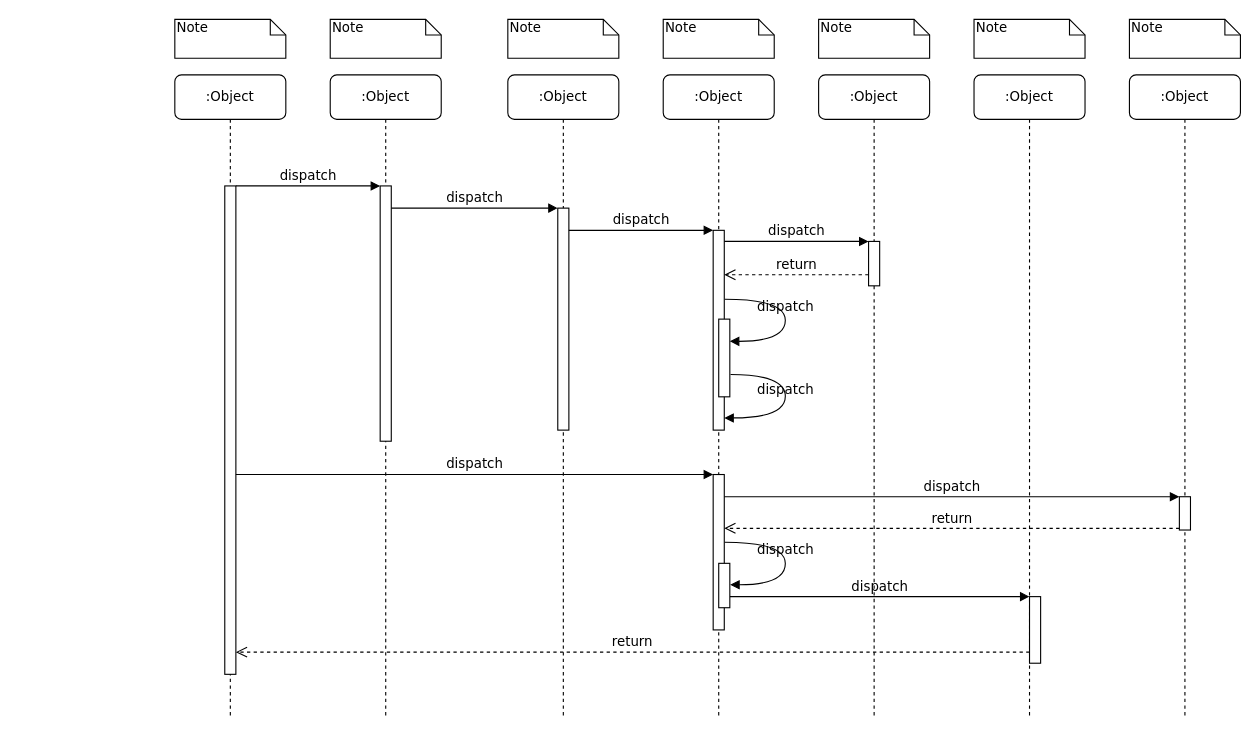
The draw.io diagram 毕业设计CQUPT/登录时序图.drawio in myjdml/drowio, before the edit. Source tidied: cells renumbered, new cells numbered last; positions are measured from the earlier drawing's top-left corner, leaving out a move shared by most shapes. Both pictures are drawn from the tidied source at 111%, with x=0, y=0 at pixel (174, 19).
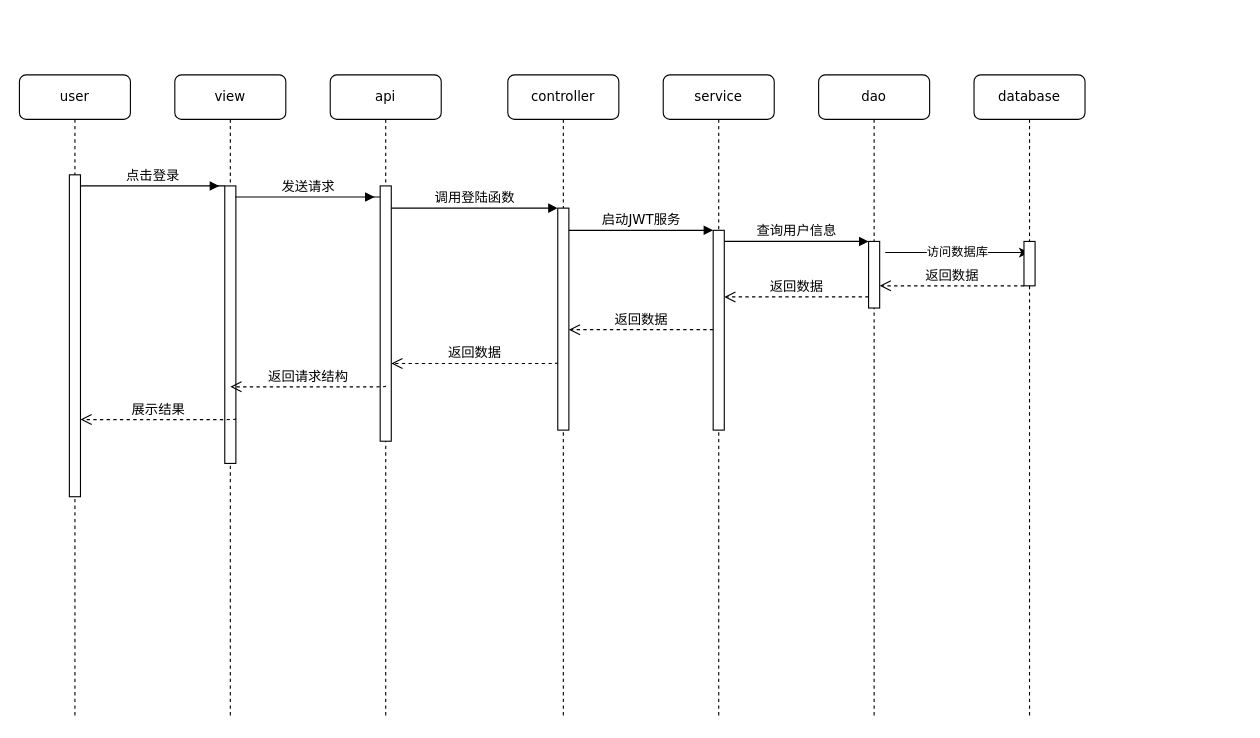
Above is the later version.

Commit message:
更新登录时序图.drawio

The change refers to these unchanged cells:
```xml
<mxCell id="3" style="html=1;points=[];perimeter=orthogonalPerimeter;rounded=0;shadow=0;comic=0;labelBackgroundColor=none;strokeWidth=1;fontFamily=Verdana;fontSize=12;align=center;" parent="2" vertex="1">
  <mxGeometry x="45" y="100" width="10" height="230" as="geometry" />
</mxCell>
<mxCell id="5" style="html=1;points=[];perimeter=orthogonalPerimeter;rounded=0;shadow=0;comic=0;labelBackgroundColor=none;strokeWidth=1;fontFamily=Verdana;fontSize=12;align=center;" parent="4" vertex="1">
  <mxGeometry x="45" y="120" width="10" height="200" as="geometry" />
</mxCell>
<mxCell id="12" style="html=1;points=[];perimeter=orthogonalPerimeter;rounded=0;shadow=0;comic=0;labelBackgroundColor=none;strokeWidth=1;fontFamily=Verdana;fontSize=12;align=center;" parent="1" vertex="1">
  <mxGeometry x="485" y="190" width="10" height="180" as="geometry" />
</mxCell>
```

Diff of the diagram source:
```diff
@@
-    <mxCell id="2" value=":Object" style="shape=umlLifeline;perimeter=lifelinePerimeter;whiteSpace=wrap;html=1;rounded=1;shadow=0;comic=0;labelBackgroundColor=none;strokeWidth=1;fontFamily=Verdana;fontSize=12;align=center;" parent="1" vertex="1">
+    <mxCell id="2" value="api" style="shape=umlLifeline;perimeter=lifelinePerimeter;whiteSpace=wrap;html=1;rounded=1;shadow=0;comic=0;labelBackgroundColor=none;strokeWidth=1;fontFamily=Verdana;fontSize=12;align=center;" parent="1" vertex="1">
       <mxGeometry x="140" y="50" width="100" height="580" as="geometry" />
     </mxCell>
@@
+    <mxCell id="39" value="返回数据" style="html=1;verticalAlign=bottom;endArrow=open;dashed=1;endSize=8;labelBackgroundColor=none;fontFamily=Verdana;fontSize=12;edgeStyle=elbowEdgeStyle;elbow=vertical;exitX=0;exitY=0.695;exitDx=0;exitDy=0;exitPerimeter=0;" parent="2" edge="1" source="5">
+      <mxGeometry relative="1" as="geometry">
+        <mxPoint x="55" y="260" as="targetPoint" />
+        <Array as="points">
+          <mxPoint x="160" y="260" />
+        </Array>
+      </mxGeometry>
+    </mxCell>
-    <mxCell id="4" value=":Object" style="shape=umlLifeline;perimeter=lifelinePerimeter;whiteSpace=wrap;html=1;rounded=1;shadow=0;comic=0;labelBackgroundColor=none;strokeWidth=1;fontFamily=Verdana;fontSize=12;align=center;" parent="1" vertex="1">
+    <mxCell id="4" value="controller" style="shape=umlLifeline;perimeter=lifelinePerimeter;whiteSpace=wrap;html=1;rounded=1;shadow=0;comic=0;labelBackgroundColor=none;strokeWidth=1;fontFamily=Verdana;fontSize=12;align=center;" parent="1" vertex="1">
       <mxGeometry x="300" y="50" width="100" height="580" as="geometry" />
     </mxCell>
@@
+    <mxCell id="40" value="返回数据" style="html=1;verticalAlign=bottom;endArrow=open;dashed=1;endSize=8;labelBackgroundColor=none;fontFamily=Verdana;fontSize=12;edgeStyle=elbowEdgeStyle;elbow=vertical;" parent="4" edge="1">
+      <mxGeometry relative="1" as="geometry">
+        <mxPoint x="185" y="229.5" as="sourcePoint" />
+        <mxPoint x="55" y="229.5" as="targetPoint" />
+        <Array as="points">
+          <mxPoint x="160" y="229.5" />
+        </Array>
+      </mxGeometry>
+    </mxCell>
-    <mxCell id="6" value=":Object" style="shape=umlLifeline;perimeter=lifelinePerimeter;whiteSpace=wrap;html=1;rounded=1;shadow=0;comic=0;labelBackgroundColor=none;strokeWidth=1;fontFamily=Verdana;fontSize=12;align=center;" parent="1" vertex="1">
+    <mxCell id="6" value="service" style="shape=umlLifeline;perimeter=lifelinePerimeter;whiteSpace=wrap;html=1;rounded=1;shadow=0;comic=0;labelBackgroundColor=none;strokeWidth=1;fontFamily=Verdana;fontSize=12;align=center;" parent="1" vertex="1">
       <mxGeometry x="440" y="50" width="100" height="580" as="geometry" />
     </mxCell>
+    <mxCell id="41" value="返回数据" style="html=1;verticalAlign=bottom;endArrow=open;dashed=1;endSize=8;labelBackgroundColor=none;fontFamily=Verdana;fontSize=12;edgeStyle=elbowEdgeStyle;elbow=vertical;" parent="6" edge="1">
+      <mxGeometry relative="1" as="geometry">
+        <mxPoint x="185" y="200" as="sourcePoint" />
+        <mxPoint x="55" y="200" as="targetPoint" />
+        <Array as="points">
+          <mxPoint x="160" y="200" />
+        </Array>
+      </mxGeometry>
+    </mxCell>
-    <mxCell id="7" value=":Object" style="shape=umlLifeline;perimeter=lifelinePerimeter;whiteSpace=wrap;html=1;rounded=1;shadow=0;comic=0;labelBackgroundColor=none;strokeWidth=1;fontFamily=Verdana;fontSize=12;align=center;" parent="1" vertex="1">
+    <mxCell id="7" value="dao" style="shape=umlLifeline;perimeter=lifelinePerimeter;whiteSpace=wrap;html=1;rounded=1;shadow=0;comic=0;labelBackgroundColor=none;strokeWidth=1;fontFamily=Verdana;fontSize=12;align=center;" parent="1" vertex="1">
       <mxGeometry x="580" y="50" width="100" height="580" as="geometry" />
     </mxCell>
+    <mxCell id="42" value="访问数据库" style="endArrow=classic;html=1;rounded=0;" parent="7" edge="1" target="8">
+      <mxGeometry relative="1" as="geometry">
+        <mxPoint x="60" y="160" as="sourcePoint" />
+      </mxGeometry>
+    </mxCell>
+    <mxCell id="43" value="返回数据" style="html=1;verticalAlign=bottom;endArrow=open;dashed=1;endSize=8;labelBackgroundColor=none;fontFamily=Verdana;fontSize=12;edgeStyle=elbowEdgeStyle;elbow=vertical;" parent="7" edge="1">
+      <mxGeometry relative="1" as="geometry">
+        <mxPoint x="185" y="190" as="sourcePoint" />
+        <mxPoint x="55" y="190" as="targetPoint" />
+        <Array as="points">
+          <mxPoint x="160" y="190" />
+        </Array>
+      </mxGeometry>
+    </mxCell>
-    <mxCell id="8" value=":Object" style="shape=umlLifeline;perimeter=lifelinePerimeter;whiteSpace=wrap;html=1;outlineConnect=0;rounded=1;shadow=0;comic=0;labelBackgroundColor=none;strokeWidth=1;fontFamily=Verdana;fontSize=12;align=center;" parent="1" vertex="1">
+    <mxCell id="8" value="database" style="shape=umlLifeline;perimeter=lifelinePerimeter;whiteSpace=wrap;html=1;outlineConnect=0;rounded=1;shadow=0;comic=0;labelBackgroundColor=none;strokeWidth=1;fontFamily=Verdana;fontSize=12;align=center;" parent="1" vertex="1">
       <mxGeometry x="720" y="50" width="100" height="580" as="geometry" />
     </mxCell>
-    <mxCell id="9" value=":Object" style="shape=umlLifeline;perimeter=lifelinePerimeter;whiteSpace=wrap;html=1;rounded=1;shadow=0;comic=0;labelBackgroundColor=none;strokeWidth=1;fontFamily=Verdana;fontSize=12;align=center;" parent="1" vertex="1">
-      <mxGeometry x="860" y="50" width="100" height="580" as="geometry" />
-    </mxCell>
+    <mxCell id="44" style="html=1;perimeter=orthogonalPerimeter;targetShapes=umlLifeline;newEdgeStyle={&quot;edgeStyle&quot;:&quot;elbowEdgeStyle&quot;,&quot;elbow&quot;:&quot;vertical&quot;,&quot;curved&quot;:0,&quot;rounded&quot;:0};" parent="8" vertex="1">
+      <mxGeometry x="45" y="150" width="10" height="40" as="geometry" />
+    </mxCell>
-    <mxCell id="10" value=":Object" style="shape=umlLifeline;perimeter=lifelinePerimeter;whiteSpace=wrap;html=1;rounded=1;shadow=0;comic=0;labelBackgroundColor=none;strokeWidth=1;fontFamily=Verdana;fontSize=12;align=center;" parent="1" vertex="1">
+    <mxCell id="10" value="view" style="shape=umlLifeline;perimeter=lifelinePerimeter;whiteSpace=wrap;html=1;rounded=1;shadow=0;comic=0;labelBackgroundColor=none;strokeWidth=1;fontFamily=Verdana;fontSize=12;align=center;" parent="1" vertex="1">
       <mxGeometry y="50" width="100" height="580" as="geometry" />
     </mxCell>
     <mxCell id="11" style="html=1;points=[];perimeter=orthogonalPerimeter;rounded=0;shadow=0;comic=0;labelBackgroundColor=none;strokeWidth=1;fontFamily=Verdana;fontSize=12;align=center;" parent="10" vertex="1">
-      <mxGeometry x="45" y="100" width="10" height="440" as="geometry" />
+      <mxGeometry x="45" y="100" width="10" height="250" as="geometry" />
     </mxCell>
+    <mxCell id="45" value="发送请求" style="html=1;verticalAlign=bottom;endArrow=block;labelBackgroundColor=none;fontFamily=Verdana;fontSize=12;edgeStyle=elbowEdgeStyle;elbow=vertical;" parent="10" edge="1">
+      <mxGeometry x="0.55" relative="1" as="geometry">
+        <mxPoint x="185" y="110" as="sourcePoint" />
+        <mxPoint x="180" y="110" as="targetPoint" />
+        <Array as="points">
+          <mxPoint x="50" y="110" />
+        </Array>
+      </mxGeometry>
+    </mxCell>
+    <mxCell id="46" value="返回请求结构" style="html=1;verticalAlign=bottom;endArrow=open;dashed=1;endSize=8;labelBackgroundColor=none;fontFamily=Verdana;fontSize=12;edgeStyle=elbowEdgeStyle;elbow=vertical;exitX=0;exitY=0.695;exitDx=0;exitDy=0;exitPerimeter=0;" parent="10" edge="1">
+      <mxGeometry relative="1" as="geometry">
+        <mxPoint x="190" y="280" as="sourcePoint" />
+        <mxPoint x="50" y="281" as="targetPoint" />
+        <Array as="points">
+          <mxPoint x="145" y="281" />
+        </Array>
+      </mxGeometry>
+    </mxCell>
@@
-    <mxCell id="13" value="dispatch" style="html=1;verticalAlign=bottom;endArrow=block;labelBackgroundColor=none;fontFamily=Verdana;fontSize=12;edgeStyle=elbowEdgeStyle;elbow=vertical;" parent="1" edge="1" source="5" target="12">
+    <mxCell id="13" value="启动JWT服务" style="html=1;verticalAlign=bottom;endArrow=block;labelBackgroundColor=none;fontFamily=Verdana;fontSize=12;edgeStyle=elbowEdgeStyle;elbow=vertical;" parent="1" edge="1" source="5" target="12">
       <mxGeometry relative="1" as="geometry">
         <Array as="points">
           <mxPoint x="360" y="190" />
         </Array>
       </mxGeometry>
     </mxCell>
     <mxCell id="14" style="html=1;points=[];perimeter=orthogonalPerimeter;rounded=0;shadow=0;comic=0;labelBackgroundColor=none;strokeWidth=1;fontFamily=Verdana;fontSize=12;align=center;" parent="1" vertex="1">
-      <mxGeometry x="625" y="200" width="10" height="40" as="geometry" />
+      <mxGeometry x="625" y="200" width="10" height="60" as="geometry" />
     </mxCell>
-    <mxCell id="15" value="dispatch" style="html=1;verticalAlign=bottom;endArrow=block;entryX=0;entryY=0;labelBackgroundColor=none;fontFamily=Verdana;fontSize=12;edgeStyle=elbowEdgeStyle;elbow=vertical;" parent="1" edge="1" source="12" target="14">
+    <mxCell id="15" value="查询用户信息" style="html=1;verticalAlign=bottom;endArrow=block;entryX=0;entryY=0;labelBackgroundColor=none;fontFamily=Verdana;fontSize=12;edgeStyle=elbowEdgeStyle;elbow=vertical;" parent="1" edge="1" source="12" target="14">
       <mxGeometry relative="1" as="geometry" />
     </mxCell>
-    <mxCell id="16" value="return" style="html=1;verticalAlign=bottom;endArrow=open;dashed=1;endSize=8;labelBackgroundColor=none;fontFamily=Verdana;fontSize=12;edgeStyle=elbowEdgeStyle;elbow=vertical;" parent="1" edge="1" source="14" target="12">
-      <mxGeometry relative="1" as="geometry">
-        <Array as="points">
-          <mxPoint x="570" y="230" />
-          <mxPoint x="600" y="230" />
-        </Array>
-      </mxGeometry>
-    </mxCell>
-    <mxCell id="17" style="html=1;points=[];perimeter=orthogonalPerimeter;rounded=0;shadow=0;comic=0;labelBackgroundColor=none;strokeWidth=1;fontFamily=Verdana;fontSize=12;align=center;" parent="1" vertex="1">
-      <mxGeometry x="485" y="410" width="10" height="140" as="geometry" />
-    </mxCell>
-    <mxCell id="18" value="dispatch" style="html=1;verticalAlign=bottom;endArrow=block;entryX=0;entryY=0;labelBackgroundColor=none;fontFamily=Verdana;fontSize=12;" parent="1" edge="1" source="11" target="17">
-      <mxGeometry relative="1" as="geometry" />
-    </mxCell>
-    <mxCell id="19" style="html=1;points=[];perimeter=orthogonalPerimeter;rounded=0;shadow=0;comic=0;labelBackgroundColor=none;strokeColor=#000000;strokeWidth=1;fillColor=#FFFFFF;fontFamily=Verdana;fontSize=12;fontColor=#000000;align=center;" parent="1" vertex="1">
-      <mxGeometry x="905" y="430" width="10" height="30" as="geometry" />
-    </mxCell>
-    <mxCell id="20" value="dispatch" style="html=1;verticalAlign=bottom;endArrow=block;entryX=0;entryY=0;labelBackgroundColor=none;fontFamily=Verdana;fontSize=12;" parent="1" edge="1" source="17" target="19">
-      <mxGeometry relative="1" as="geometry" />
-    </mxCell>
-    <mxCell id="21" value="return" style="html=1;verticalAlign=bottom;endArrow=open;dashed=1;endSize=8;exitX=0;exitY=0.95;labelBackgroundColor=none;fontFamily=Verdana;fontSize=12;" parent="1" edge="1" source="19" target="17">
-      <mxGeometry relative="1" as="geometry" />
-    </mxCell>
-    <mxCell id="22" style="html=1;points=[];perimeter=orthogonalPerimeter;rounded=0;shadow=0;comic=0;labelBackgroundColor=none;strokeWidth=1;fontFamily=Verdana;fontSize=12;align=center;" parent="1" vertex="1">
-      <mxGeometry x="770" y="520" width="10" height="60" as="geometry" />
-    </mxCell>
-    <mxCell id="23" value="dispatch" style="html=1;verticalAlign=bottom;endArrow=block;entryX=0;entryY=0;labelBackgroundColor=none;fontFamily=Verdana;fontSize=12;edgeStyle=elbowEdgeStyle;elbow=vertical;" parent="1" edge="1" source="30" target="22">
-      <mxGeometry relative="1" as="geometry" />
-    </mxCell>
-    <mxCell id="24" value="return" style="html=1;verticalAlign=bottom;endArrow=open;dashed=1;endSize=8;labelBackgroundColor=none;fontFamily=Verdana;fontSize=12;edgeStyle=elbowEdgeStyle;elbow=vertical;" parent="1" edge="1" source="22" target="11">
-      <mxGeometry relative="1" as="geometry">
-        <Array as="points">
-          <mxPoint x="470" y="570" />
-        </Array>
-      </mxGeometry>
-    </mxCell>
-    <mxCell id="25" value="dispatch" style="html=1;verticalAlign=bottom;endArrow=block;entryX=0;entryY=0;labelBackgroundColor=none;fontFamily=Verdana;fontSize=12;edgeStyle=elbowEdgeStyle;elbow=vertical;" parent="1" edge="1" source="11" target="3">
-      <mxGeometry relative="1" as="geometry" />
+    <mxCell id="25" value="点击登录" style="html=1;verticalAlign=bottom;endArrow=block;labelBackgroundColor=none;fontFamily=Verdana;fontSize=12;edgeStyle=elbowEdgeStyle;elbow=vertical;" parent="1" edge="1" source="11">
+      <mxGeometry x="0.55" relative="1" as="geometry">
+        <mxPoint x="40" y="150" as="targetPoint" />
+        <Array as="points">
+          <mxPoint x="-90" y="150" />
+        </Array>
+      </mxGeometry>
     </mxCell>
-    <mxCell id="26" value="dispatch" style="html=1;verticalAlign=bottom;endArrow=block;entryX=0;entryY=0;labelBackgroundColor=none;fontFamily=Verdana;fontSize=12;edgeStyle=elbowEdgeStyle;elbow=vertical;" parent="1" edge="1" source="3" target="5">
+    <mxCell id="26" value="调用登陆函数" style="html=1;verticalAlign=bottom;endArrow=block;entryX=0;entryY=0;labelBackgroundColor=none;fontFamily=Verdana;fontSize=12;edgeStyle=elbowEdgeStyle;elbow=vertical;" parent="1" edge="1" source="3" target="5">
       <mxGeometry relative="1" as="geometry" />
     </mxCell>
-    <mxCell id="27" style="html=1;points=[];perimeter=orthogonalPerimeter;rounded=0;shadow=0;comic=0;labelBackgroundColor=none;strokeWidth=1;fontFamily=Verdana;fontSize=12;align=center;" parent="1" vertex="1">
-      <mxGeometry x="490" y="270" width="10" height="70" as="geometry" />
-    </mxCell>
-    <mxCell id="28" value="dispatch" style="html=1;verticalAlign=bottom;endArrow=block;labelBackgroundColor=none;fontFamily=Verdana;fontSize=12;elbow=vertical;edgeStyle=orthogonalEdgeStyle;curved=1;entryX=1;entryY=0.286;entryPerimeter=0;exitX=1.038;exitY=0.345;exitPerimeter=0;" parent="1" edge="1" source="12" target="27">
-      <mxGeometry relative="1" as="geometry">
-        <Array as="points">
-          <mxPoint x="550" y="252" />
-          <mxPoint x="550" y="290" />
-        </Array>
-      </mxGeometry>
-    </mxCell>
-    <mxCell id="29" value="dispatch" style="html=1;verticalAlign=bottom;endArrow=block;labelBackgroundColor=none;fontFamily=Verdana;fontSize=12;elbow=vertical;edgeStyle=orthogonalEdgeStyle;curved=1;exitX=1.066;exitY=0.713;exitPerimeter=0;" parent="1" edge="1" source="27">
-      <mxGeometry relative="1" as="geometry">
-        <mxPoint x="495" y="359" as="targetPoint" />
-        <Array as="points">
-          <mxPoint x="550" y="320" />
-          <mxPoint x="550" y="359" />
-        </Array>
-      </mxGeometry>
-    </mxCell>
-    <mxCell id="30" style="html=1;points=[];perimeter=orthogonalPerimeter;rounded=0;shadow=0;comic=0;labelBackgroundColor=none;strokeWidth=1;fontFamily=Verdana;fontSize=12;align=center;" parent="1" vertex="1">
-      <mxGeometry x="490" y="490" width="10" height="40" as="geometry" />
-    </mxCell>
-    <mxCell id="31" value="dispatch" style="html=1;verticalAlign=bottom;endArrow=block;labelBackgroundColor=none;fontFamily=Verdana;fontSize=12;elbow=vertical;edgeStyle=orthogonalEdgeStyle;curved=1;entryX=1;entryY=0.286;entryPerimeter=0;exitX=1.038;exitY=0.345;exitPerimeter=0;" parent="1" edge="1">
-      <mxGeometry relative="1" as="geometry">
-        <mxPoint x="495.3" y="471" as="sourcePoint" />
-        <mxPoint x="500.3" y="509.3" as="targetPoint" />
-        <Array as="points">
-          <mxPoint x="550" y="471" />
-          <mxPoint x="550" y="509" />
-        </Array>
-      </mxGeometry>
-    </mxCell>
-    <mxCell id="32" value="Note" style="shape=note;whiteSpace=wrap;html=1;size=14;verticalAlign=top;align=left;spacingTop=-6;rounded=0;shadow=0;comic=0;labelBackgroundColor=none;strokeWidth=1;fontFamily=Verdana;fontSize=12;" parent="1" vertex="1">
-      <mxGeometry width="100" height="35" as="geometry" />
-    </mxCell>
-    <mxCell id="33" value="Note" style="shape=note;whiteSpace=wrap;html=1;size=14;verticalAlign=top;align=left;spacingTop=-6;rounded=0;shadow=0;comic=0;labelBackgroundColor=none;strokeWidth=1;fontFamily=Verdana;fontSize=12;" parent="1" vertex="1">
-      <mxGeometry x="140" width="100" height="35" as="geometry" />
-    </mxCell>
-    <mxCell id="34" value="Note" style="shape=note;whiteSpace=wrap;html=1;size=14;verticalAlign=top;align=left;spacingTop=-6;rounded=0;shadow=0;comic=0;labelBackgroundColor=none;strokeWidth=1;fontFamily=Verdana;fontSize=12;" parent="1" vertex="1">
-      <mxGeometry x="300" width="100" height="35" as="geometry" />
-    </mxCell>
-    <mxCell id="35" value="Note" style="shape=note;whiteSpace=wrap;html=1;size=14;verticalAlign=top;align=left;spacingTop=-6;rounded=0;shadow=0;comic=0;labelBackgroundColor=none;strokeWidth=1;fontFamily=Verdana;fontSize=12;" parent="1" vertex="1">
-      <mxGeometry x="440" width="100" height="35" as="geometry" />
-    </mxCell>
-    <mxCell id="36" value="Note" style="shape=note;whiteSpace=wrap;html=1;size=14;verticalAlign=top;align=left;spacingTop=-6;rounded=0;shadow=0;comic=0;labelBackgroundColor=none;strokeWidth=1;fontFamily=Verdana;fontSize=12;" parent="1" vertex="1">
-      <mxGeometry x="580" width="100" height="35" as="geometry" />
-    </mxCell>
-    <mxCell id="37" value="Note" style="shape=note;whiteSpace=wrap;html=1;size=14;verticalAlign=top;align=left;spacingTop=-6;rounded=0;shadow=0;comic=0;labelBackgroundColor=none;strokeWidth=1;fontFamily=Verdana;fontSize=12;" parent="1" vertex="1">
-      <mxGeometry x="720" width="100" height="35" as="geometry" />
-    </mxCell>
-    <mxCell id="38" value="Note" style="shape=note;whiteSpace=wrap;html=1;size=14;verticalAlign=top;align=left;spacingTop=-6;rounded=0;shadow=0;comic=0;labelBackgroundColor=none;strokeWidth=1;fontFamily=Verdana;fontSize=12;" parent="1" vertex="1">
-      <mxGeometry x="860" width="100" height="35" as="geometry" />
-    </mxCell>
+    <mxCell id="47" value="user" style="shape=umlLifeline;perimeter=lifelinePerimeter;whiteSpace=wrap;html=1;rounded=1;shadow=0;comic=0;labelBackgroundColor=none;strokeWidth=1;fontFamily=Verdana;fontSize=12;align=center;" parent="1" vertex="1">
+      <mxGeometry x="-140" y="50" width="100" height="580" as="geometry" />
+    </mxCell>
+    <mxCell id="48" style="html=1;perimeter=orthogonalPerimeter;rounded=0;shadow=0;comic=0;labelBackgroundColor=none;strokeWidth=1;fontFamily=Verdana;fontSize=12;align=center;" parent="47" vertex="1">
+      <mxGeometry x="45" y="90" width="10" height="290" as="geometry" />
+    </mxCell>
+    <mxCell id="49" value="展示结果" style="html=1;verticalAlign=bottom;endArrow=open;dashed=1;endSize=8;labelBackgroundColor=none;fontFamily=Verdana;fontSize=12;edgeStyle=elbowEdgeStyle;elbow=vertical;exitX=0;exitY=0.695;exitDx=0;exitDy=0;exitPerimeter=0;" parent="47" edge="1">
+      <mxGeometry relative="1" as="geometry">
+        <mxPoint x="195" y="309.5" as="sourcePoint" />
+        <mxPoint x="55" y="310.5" as="targetPoint" />
+        <Array as="points">
+          <mxPoint x="150" y="310.5" />
+        </Array>
+      </mxGeometry>
+    </mxCell>
```
